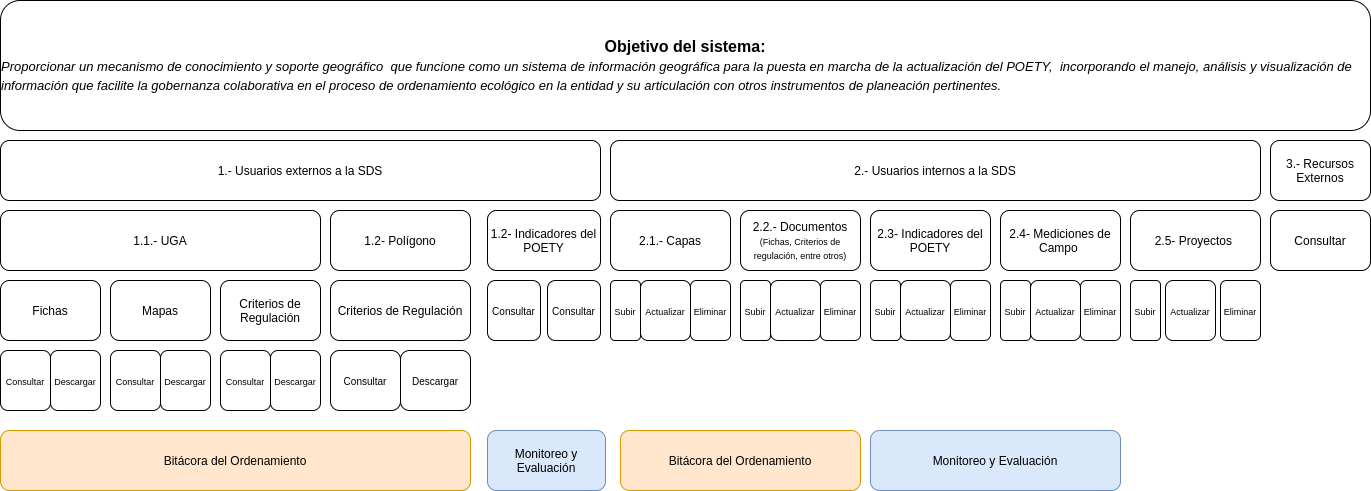
milocortes/fmx_diseno_sistema keeps this draw.io diagram as files/PrioritizationRequirements.png. Above is the earlier version. Source tidied: cells renumbered, new cells last; positions are measured from the earlier drawing's top-left corner, leaving out a move shared by most shapes.
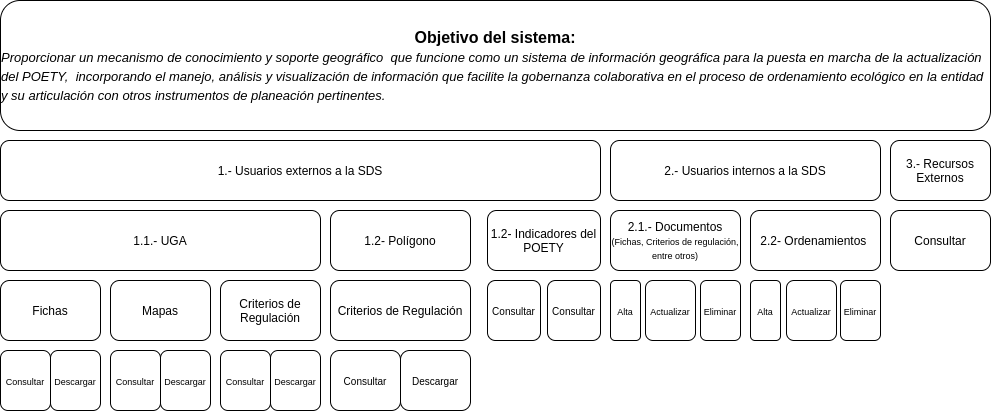
Above is the later version.

The edit, as a diff of the source:
```diff
@@ -3,16 +3,16 @@
     <mxCell id="0" style="html=1;" />
     <mxCell id="1" style="html=1;" parent="0" />
     <mxCell id="2" value="&lt;b style=&quot;font-size: 16px&quot;&gt;Objetivo del sistema:&lt;br&gt;&lt;div style=&quot;text-align: left&quot;&gt;&lt;i&gt;&lt;span id=&quot;docs-internal-guid-7df9f681-7fff-1cc2-6fba-018a6cb5a52c&quot; style=&quot;font-size: 13px ; font-weight: normal&quot;&gt;&lt;span style=&quot;font-family: &amp;#34;arial&amp;#34; ; background-color: transparent ; vertical-align: baseline&quot;&gt;Proporcionar un mecanismo de conocimiento y soporte geográfico&amp;nbsp;&lt;/span&gt;&lt;/span&gt;&lt;span id=&quot;docs-internal-guid-84482d17-7fff-8a58-2fd9-2f3227ff3530&quot; style=&quot;font-size: 13px ; font-weight: normal&quot;&gt;&lt;span style=&quot;font-family: &amp;#34;arial&amp;#34; ; background-color: transparent ; vertical-align: baseline&quot;&gt;&amp;nbsp;que funcione como un sistema de información geográfica para la puesta en marcha de la actualización del POETY,&amp;nbsp; incorporando el manejo, análisis y visualización de información que facilite la gobernanza colaborativa en el proceso de ordenamiento ecológico en la entidad y su articulación con otros instrumentos de planeación pertinentes.&lt;/span&gt;&lt;/span&gt;&lt;/i&gt;&lt;/div&gt;&lt;/b&gt;" style="rounded=1;whiteSpace=wrap;html=1;" parent="1" vertex="1">
-      <mxGeometry width="1370" height="130" as="geometry" />
+      <mxGeometry width="990" height="130" as="geometry" />
     </mxCell>
     <mxCell id="3" value="1.- Usuarios externos a la SDS" style="rounded=1;whiteSpace=wrap;html=1;" parent="1" vertex="1">
       <mxGeometry y="140" width="600" height="60" as="geometry" />
     </mxCell>
     <mxCell id="4" value="2.- Usuarios internos a la SDS" style="rounded=1;whiteSpace=wrap;html=1;" parent="1" vertex="1">
-      <mxGeometry x="610" y="140" width="650" height="60" as="geometry" />
+      <mxGeometry x="610" y="140" width="270" height="60" as="geometry" />
     </mxCell>
     <mxCell id="5" value="3.- Recursos Externos" style="rounded=1;whiteSpace=wrap;html=1;" parent="1" vertex="1">
-      <mxGeometry x="1270" y="140" width="100" height="60" as="geometry" />
+      <mxGeometry x="890" y="140" width="100" height="60" as="geometry" />
     </mxCell>
     <mxCell id="6" value="1.1.- UGA" style="rounded=1;whiteSpace=wrap;html=1;" parent="1" vertex="1">
       <mxGeometry y="210" width="320" height="60" as="geometry" />
@@ -56,11 +56,8 @@
     <mxCell id="19" value="&lt;font size=&quot;1&quot;&gt;Descargar&lt;/font&gt;" style="rounded=1;whiteSpace=wrap;html=1;" parent="1" vertex="1">
       <mxGeometry x="400" y="350" width="70" height="60" as="geometry" />
     </mxCell>
-    <mxCell id="20" value="2.1.- Capas" style="rounded=1;whiteSpace=wrap;html=1;" parent="1" vertex="1">
-      <mxGeometry x="610" y="210" width="120" height="60" as="geometry" />
-    </mxCell>
-    <mxCell id="21" value="2.2.- Documentos &lt;font style=&quot;font-size: 9px&quot;&gt;(Fichas, Criterios de regulación, entre otros)&lt;/font&gt;" style="rounded=1;whiteSpace=wrap;html=1;arcSize=15;" parent="1" vertex="1">
-      <mxGeometry x="740" y="210" width="120" height="60" as="geometry" />
+    <mxCell id="21" value="2.1.- Documentos &lt;font style=&quot;font-size: 9px&quot;&gt;(Fichas, Criterios de regulación, entre otros)&lt;/font&gt;" style="rounded=1;whiteSpace=wrap;html=1;arcSize=15;" parent="1" vertex="1">
+      <mxGeometry x="610" y="210" width="130" height="60" as="geometry" />
     </mxCell>
     <mxCell id="22" value="1.2- Indicadores del POETY" style="rounded=1;whiteSpace=wrap;html=1;" parent="1" vertex="1">
       <mxGeometry x="487" y="210" width="113" height="60" as="geometry" />
@@ -71,74 +68,29 @@
     <mxCell id="24" value="&lt;font size=&quot;1&quot;&gt;Consultar&lt;/font&gt;&lt;span style=&quot;font-family: monospace ; font-size: 0px&quot;&gt;%3CmxGraphModel%3E%3Croot%3E%3CmxCell%20id%3D%220%22%2F%3E%3CmxCell%20id%3D%221%22%20parent%3D%220%22%2F%3E%3CmxCell%20id%3D%222%22%20value%3D%22%26lt%3Bfont%20style%3D%26quot%3Bfont-size%3A%209px%26quot%3B%26gt%3BConsultar%26lt%3B%2Ffont%26gt%3B%22%20style%3D%22rounded%3D1%3BwhiteSpace%3Dwrap%3Bhtml%3D1%3B%22%20vertex%3D%221%22%20parent%3D%221%22%3E%3CmxGeometry%20x%3D%22480%22%20y%3D%22960%22%20width%3D%2250%22%20height%3D%2260%22%20as%3D%22geometry%22%2F%3E%3C%2FmxCell%3E%3C%2Froot%3E%3C%2FmxGraphModel%3r&lt;/span&gt;" style="rounded=1;whiteSpace=wrap;html=1;" parent="1" vertex="1">
       <mxGeometry x="547" y="280" width="53" height="60" as="geometry" />
     </mxCell>
-    <mxCell id="25" value="2.3- Indicadores del POETY" style="rounded=1;whiteSpace=wrap;html=1;" parent="1" vertex="1">
-      <mxGeometry x="870" y="210" width="120" height="60" as="geometry" />
-    </mxCell>
-    <mxCell id="26" value="&lt;font style=&quot;font-size: 9px&quot;&gt;Subir&lt;/font&gt;" style="rounded=1;whiteSpace=wrap;html=1;" parent="1" vertex="1">
-      <mxGeometry x="610" y="280" width="30" height="60" as="geometry" />
-    </mxCell>
-    <mxCell id="27" value="&lt;font style=&quot;font-size: 9px&quot;&gt;Actualizar&lt;/font&gt;" style="rounded=1;whiteSpace=wrap;html=1;" parent="1" vertex="1">
-      <mxGeometry x="640" y="280" width="50" height="60" as="geometry" />
-    </mxCell>
-    <mxCell id="28" value="&lt;font style=&quot;font-size: 9px&quot;&gt;Eliminar&lt;/font&gt;" style="rounded=1;whiteSpace=wrap;html=1;" parent="1" vertex="1">
-      <mxGeometry x="690" y="280" width="40" height="60" as="geometry" />
-    </mxCell>
-    <mxCell id="29" value="&lt;font style=&quot;font-size: 9px&quot;&gt;Subir&lt;/font&gt;" style="rounded=1;whiteSpace=wrap;html=1;" parent="1" vertex="1">
-      <mxGeometry x="740" y="280" width="30" height="60" as="geometry" />
+    <mxCell id="29" value="&lt;font style=&quot;font-size: 9px&quot;&gt;Alta&lt;br&gt;&lt;/font&gt;" style="rounded=1;whiteSpace=wrap;html=1;" parent="1" vertex="1">
+      <mxGeometry x="610" y="280" width="30" height="60" as="geometry" />
     </mxCell>
     <mxCell id="30" value="&lt;font style=&quot;font-size: 9px&quot;&gt;Actualizar&lt;/font&gt;" style="rounded=1;whiteSpace=wrap;html=1;" parent="1" vertex="1">
-      <mxGeometry x="770" y="280" width="50" height="60" as="geometry" />
+      <mxGeometry x="645" y="280" width="50" height="60" as="geometry" />
     </mxCell>
     <mxCell id="31" value="&lt;font style=&quot;font-size: 9px&quot;&gt;Eliminar&lt;/font&gt;" style="rounded=1;whiteSpace=wrap;html=1;" parent="1" vertex="1">
-      <mxGeometry x="820" y="280" width="40" height="60" as="geometry" />
+      <mxGeometry x="700" y="280" width="40" height="60" as="geometry" />
     </mxCell>
-    <mxCell id="32" value="&lt;font style=&quot;font-size: 9px&quot;&gt;Subir&lt;/font&gt;" style="rounded=1;whiteSpace=wrap;html=1;" parent="1" vertex="1">
-      <mxGeometry x="870" y="280" width="30" height="60" as="geometry" />
-    </mxCell>
-    <mxCell id="33" value="&lt;font style=&quot;font-size: 9px&quot;&gt;Actualizar&lt;/font&gt;" style="rounded=1;whiteSpace=wrap;html=1;" parent="1" vertex="1">
-      <mxGeometry x="900" y="280" width="50" height="60" as="geometry" />
-    </mxCell>
-    <mxCell id="34" value="&lt;font style=&quot;font-size: 9px&quot;&gt;Eliminar&lt;/font&gt;" style="rounded=1;whiteSpace=wrap;html=1;" parent="1" vertex="1">
-      <mxGeometry x="950" y="280" width="40" height="60" as="geometry" />
-    </mxCell>
-    <mxCell id="35" value="2.4- Mediciones de Campo&amp;nbsp;" style="rounded=1;whiteSpace=wrap;html=1;" parent="1" vertex="1">
-      <mxGeometry x="1000" y="210" width="120" height="60" as="geometry" />
-    </mxCell>
-    <mxCell id="36" value="&lt;font style=&quot;font-size: 9px&quot;&gt;Subir&lt;/font&gt;" style="rounded=1;whiteSpace=wrap;html=1;" parent="1" vertex="1">
-      <mxGeometry x="1000" y="280" width="30" height="60" as="geometry" />
-    </mxCell>
-    <mxCell id="37" value="&lt;font style=&quot;font-size: 9px&quot;&gt;Actualizar&lt;/font&gt;" style="rounded=1;whiteSpace=wrap;html=1;" parent="1" vertex="1">
-      <mxGeometry x="1030" y="280" width="50" height="60" as="geometry" />
-    </mxCell>
-    <mxCell id="38" value="&lt;font style=&quot;font-size: 9px&quot;&gt;Eliminar&lt;/font&gt;" style="rounded=1;whiteSpace=wrap;html=1;" parent="1" vertex="1">
-      <mxGeometry x="1080" y="280" width="40" height="60" as="geometry" />
-    </mxCell>
-    <mxCell id="39" value="2.5- Proyectos&amp;nbsp;" style="rounded=1;whiteSpace=wrap;html=1;" parent="1" vertex="1">
-      <mxGeometry x="1130" y="210" width="130" height="60" as="geometry" />
+    <mxCell id="39" value="2.2- Ordenamientos&amp;nbsp;" style="rounded=1;whiteSpace=wrap;html=1;" parent="1" vertex="1">
+      <mxGeometry x="750" y="210" width="130" height="60" as="geometry" />
     </mxCell>
-    <mxCell id="40" value="&lt;font style=&quot;font-size: 9px&quot;&gt;Subir&lt;/font&gt;" style="rounded=1;whiteSpace=wrap;html=1;" parent="1" vertex="1">
-      <mxGeometry x="1130" y="280" width="30" height="60" as="geometry" />
+    <mxCell id="40" value="&lt;font style=&quot;font-size: 9px&quot;&gt;Alta&lt;/font&gt;" style="rounded=1;whiteSpace=wrap;html=1;" parent="1" vertex="1">
+      <mxGeometry x="750" y="280" width="30" height="60" as="geometry" />
     </mxCell>
     <mxCell id="41" value="&lt;font style=&quot;font-size: 9px&quot;&gt;Actualizar&lt;/font&gt;" style="rounded=1;whiteSpace=wrap;html=1;" parent="1" vertex="1">
-      <mxGeometry x="1165" y="280" width="50" height="60" as="geometry" />
+      <mxGeometry x="786" y="280" width="50" height="60" as="geometry" />
     </mxCell>
     <mxCell id="42" value="&lt;font style=&quot;font-size: 9px&quot;&gt;Eliminar&lt;/font&gt;" style="rounded=1;whiteSpace=wrap;html=1;" parent="1" vertex="1">
-      <mxGeometry x="1220" y="280" width="40" height="60" as="geometry" />
+      <mxGeometry x="840" y="280" width="40" height="60" as="geometry" />
     </mxCell>
     <mxCell id="43" value="Consultar" style="rounded=1;whiteSpace=wrap;html=1;" parent="1" vertex="1">
-      <mxGeometry x="1270" y="210" width="100" height="60" as="geometry" />
+      <mxGeometry x="890" y="210" width="100" height="60" as="geometry" />
     </mxCell>
-    <mxCell id="44" value="Bitácora del Ordenamiento" style="rounded=1;whiteSpace=wrap;html=1;fillColor=#ffe6cc;strokeColor=#d79b00;" parent="1" vertex="1">
-      <mxGeometry y="430" width="470" height="60" as="geometry" />
-    </mxCell>
-    <mxCell id="45" value="Monitoreo y Evaluación" style="rounded=1;whiteSpace=wrap;html=1;fillColor=#dae8fc;strokeColor=#6c8ebf;" parent="1" vertex="1">
-      <mxGeometry x="487" y="430" width="118" height="60" as="geometry" />
-    </mxCell>
-    <mxCell id="46" value="Bitácora del Ordenamiento" style="rounded=1;whiteSpace=wrap;html=1;fillColor=#ffe6cc;strokeColor=#d79b00;" parent="1" vertex="1">
-      <mxGeometry x="620" y="430" width="240" height="60" as="geometry" />
-    </mxCell>
-    <mxCell id="47" value="Monitoreo y Evaluación" style="rounded=1;whiteSpace=wrap;html=1;fillColor=#dae8fc;strokeColor=#6c8ebf;" parent="1" vertex="1">
-      <mxGeometry x="870" y="430" width="250" height="60" as="geometry" />
-    </mxCell>
   </root>
 </mxGraphModel>
```
